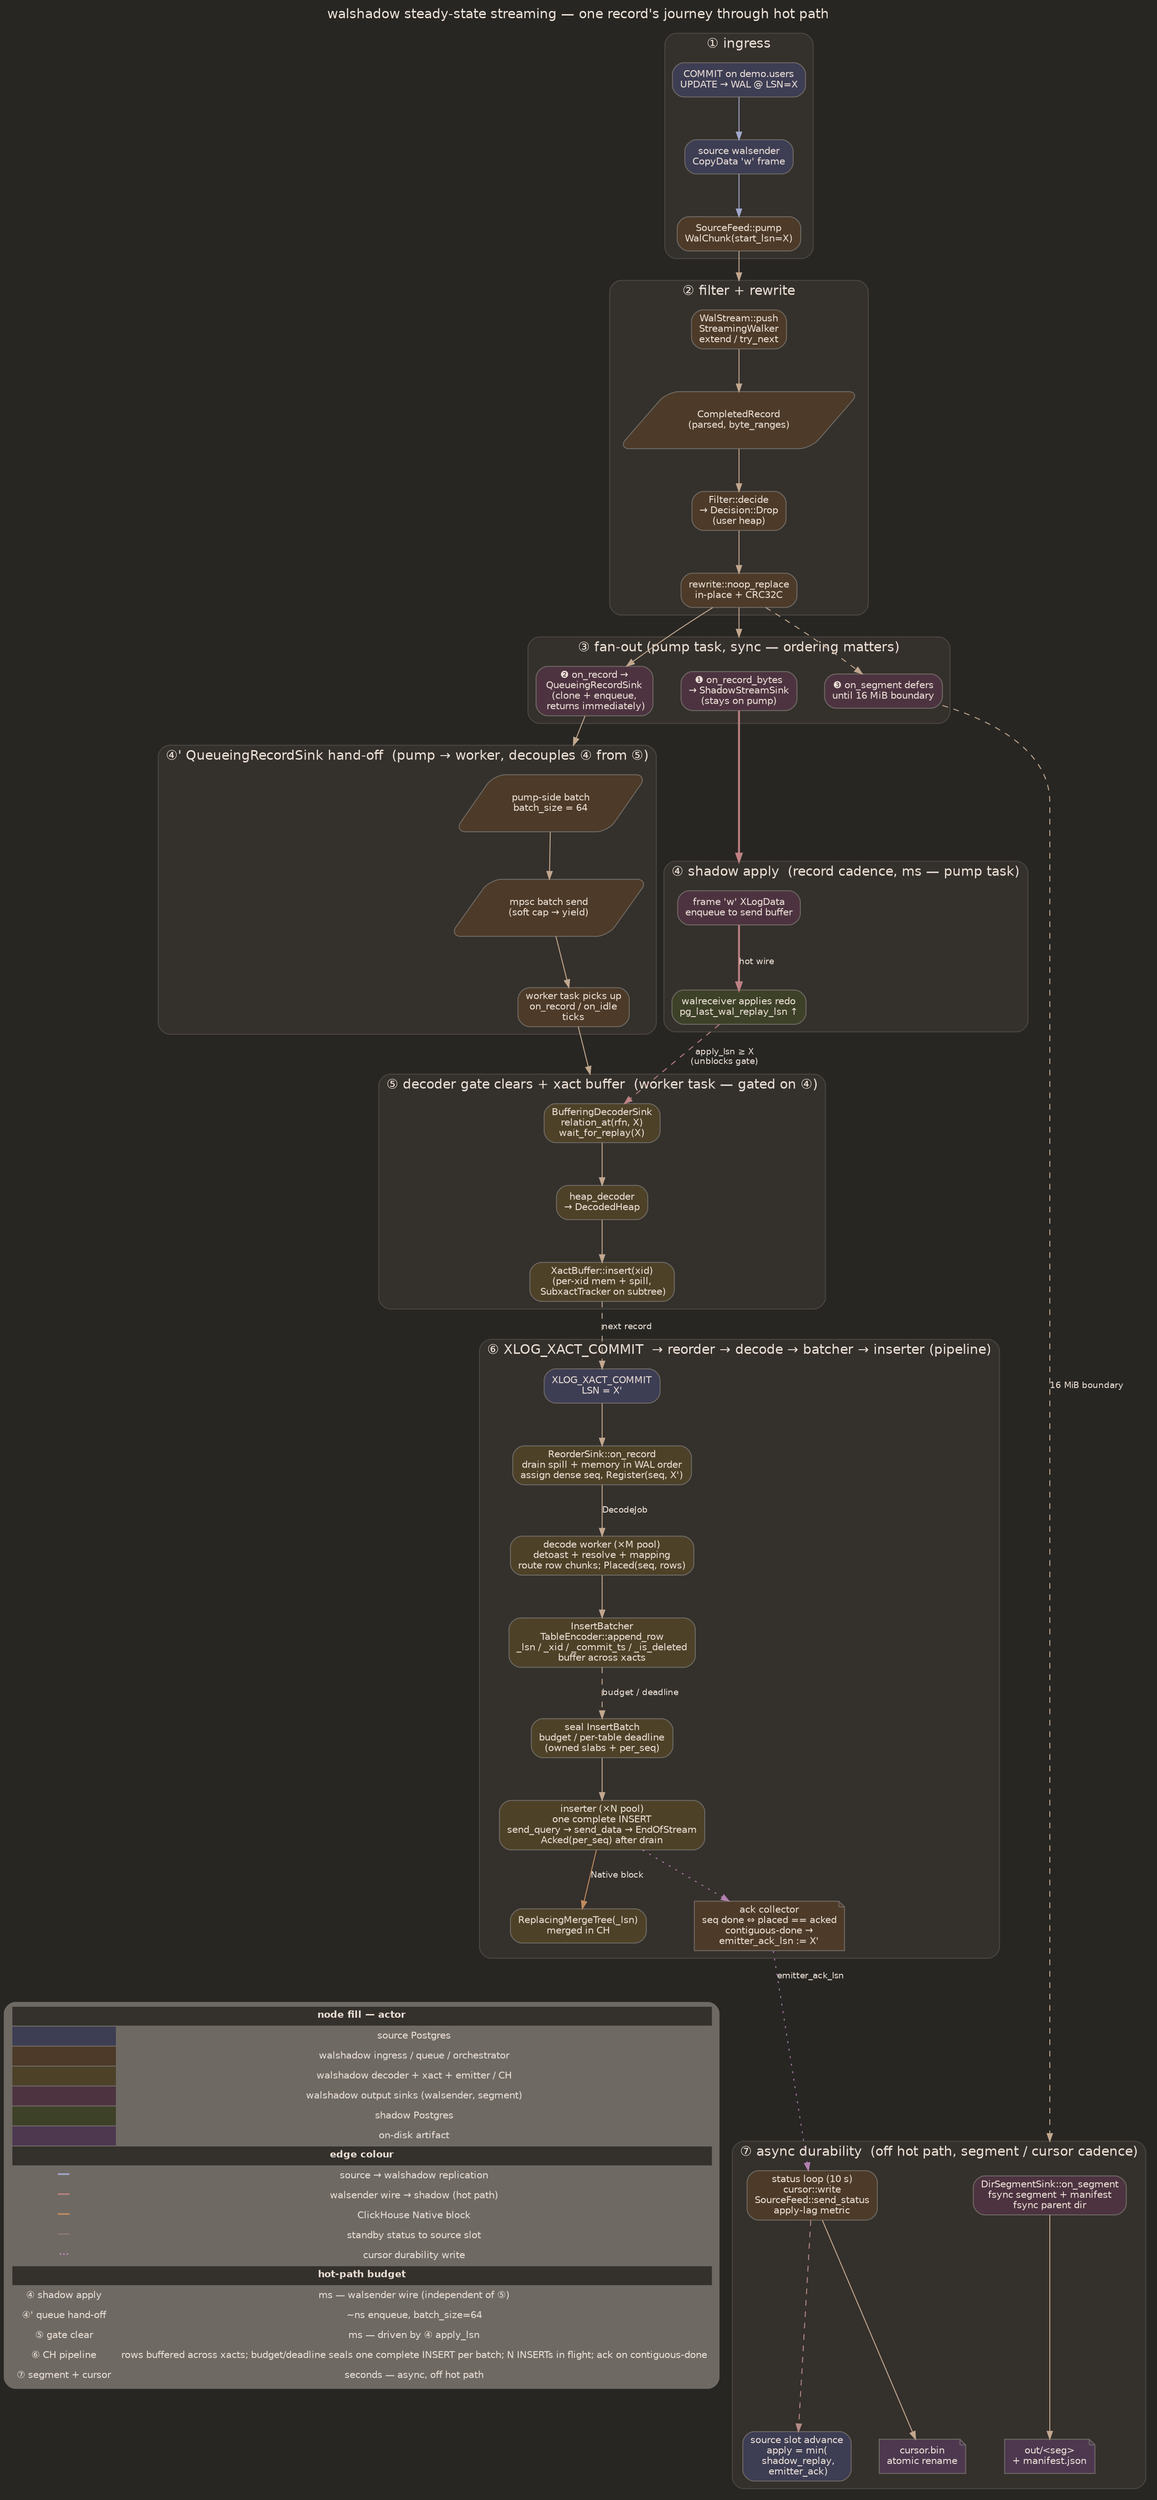
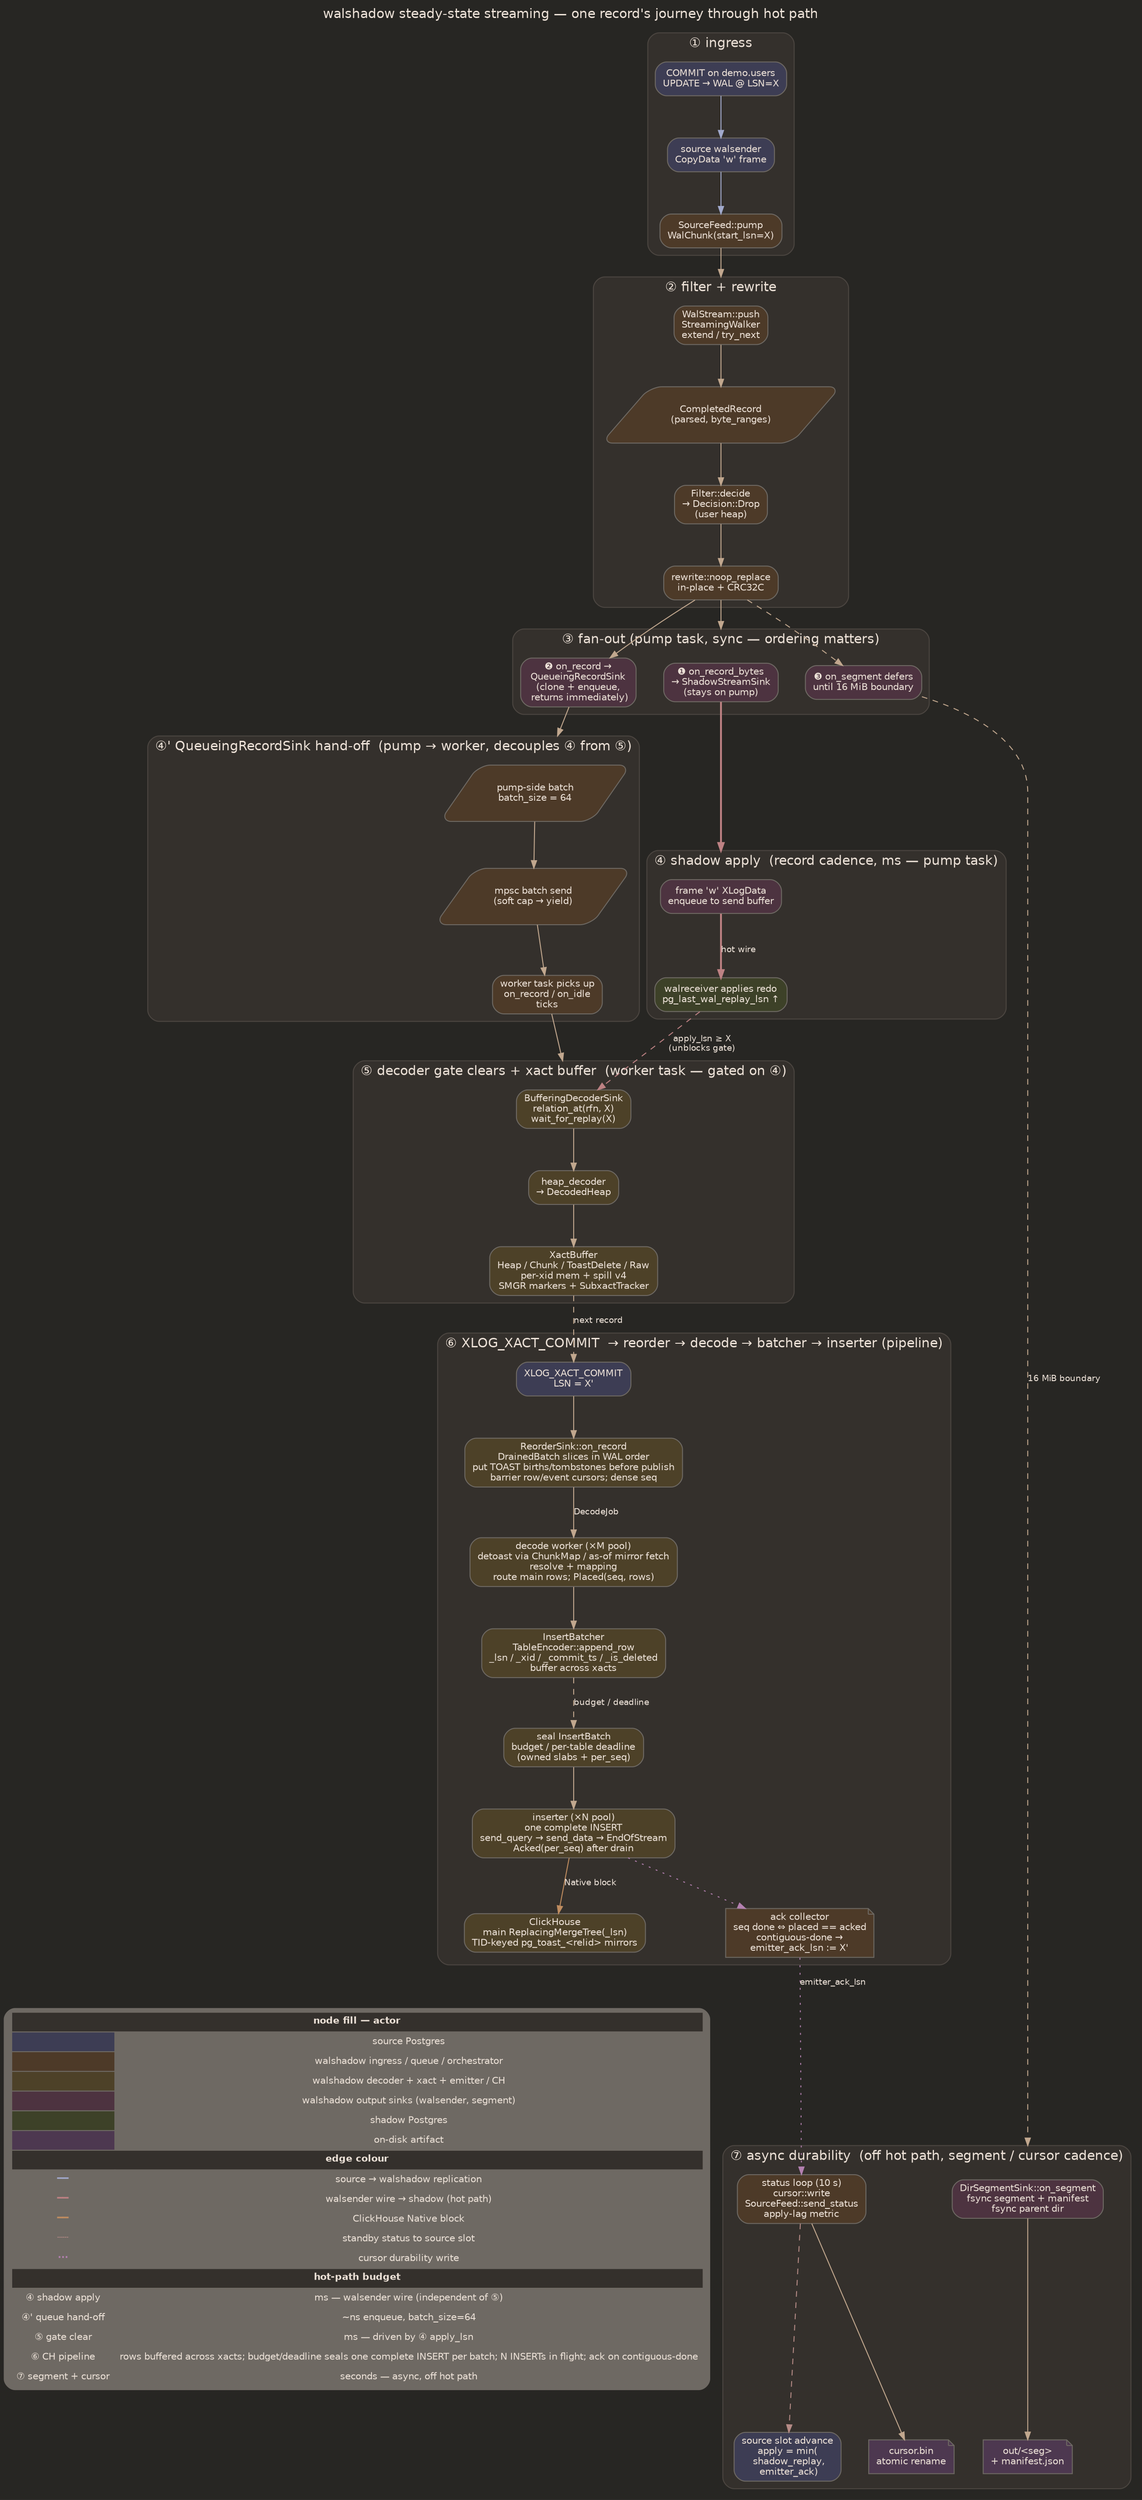
// walshadow — steady-state streaming: one record's journey
// rankdir=TB — pipeline reads top→bottom; was LR but ran 6× wider than tall
digraph timeline_streaming {
  rankdir=TB;
  compound=true;
  graph [fontname="Helvetica", labelloc="t", label="walshadow steady-state streaming — one record's journey through hot path", fontsize=14, splines=spline, nodesep=0.4, ranksep=0.6, bgcolor="#272623", fontcolor="#ECE1D7"];
  node  [fontname="Helvetica", fontsize=10, shape=box, style="rounded,filled", color="#6E6963", fontcolor="#ECE1D7"];
  edge  [fontname="Helvetica", fontsize=9, arrowsize=0.8, color="#c1a78e", fontcolor="#ECE1D7"];

  // ═════ ① ingress ═════
  subgraph cluster_p1 {
    label="① ingress";
    style="rounded,filled"; color="#4c4641"; fillcolor="#34302c"; fontcolor="#ECE1D7";

    commit [label="COMMIT on demo.users\nUPDATE → WAL @ LSN=X", fillcolor="#3D3D54"];
    wsend  [label="source walsender\nCopyData 'w' frame", fillcolor="#3D3D54"];
    feed   [label="SourceFeed::pump\nWalChunk(start_lsn=X)", fillcolor="#4D3A28"];
    commit -> wsend -> feed [color="#A1A9CC"];
  }

  // ═════ ② filter + rewrite ═════
  subgraph cluster_p2 {
    label="② filter + rewrite";
    style="rounded,filled"; color="#4c4641"; fillcolor="#34302c"; fontcolor="#ECE1D7";

    push   [label="WalStream::push\nStreamingWalker\nextend / try_next", fillcolor="#4D3A28"];
    rec    [label="CompletedRecord\n(parsed, byte_ranges)", fillcolor="#4D3A28", shape=parallelogram];
    decide [label="Filter::decide\n→ Decision::Drop\n(user heap)", fillcolor="#4D3A28"];
    rewr   [label="rewrite::noop_replace\nin-place + CRC32C", fillcolor="#4D3A28"];
    push -> rec -> decide -> rewr;
  }
  feed -> push [lhead=cluster_p2];

  // ═════ ③ fan-out (pump task — synchronous dispatch in order) ═════
  subgraph cluster_p3 {
    label="③ fan-out (pump task, sync — ordering matters)";
    style="rounded,filled"; color="#4c4641"; fillcolor="#34302c"; fontcolor="#ECE1D7";

    fbytes [label="❶ on_record_bytes\n→ ShadowStreamSink\n(stays on pump)", fillcolor="#4D3340"];
    frec   [label="❷ on_record →\nQueueingRecordSink\n(clone + enqueue,\n returns immediately)", fillcolor="#4D3340"];
    fseg   [label="❸ on_segment defers\nuntil 16 MiB boundary", fillcolor="#4D3340"];
  }
  rewr -> fbytes [lhead=cluster_p3];
  rewr -> frec;
  rewr -> fseg [style=dashed];

  // ═════ ④ shadow apply (hot wire — independent of decoder) ═════
  subgraph cluster_p4 {
    label="④ shadow apply  (record cadence, ms — pump task)";
    style="rounded,filled"; color="#4c4641"; fillcolor="#34302c"; fontcolor="#ECE1D7";

    frame4 [label="frame 'w' XLogData\nenqueue to send buffer", fillcolor="#4D3340"];
    recv4  [label="walreceiver applies redo\npg_last_wal_replay_lsn ↑", fillcolor="#3D4128"];
    frame4 -> recv4 [label="hot wire", color="#BD8183", penwidth=2];
  }
  fbytes -> frame4 [lhead=cluster_p4, color="#BD8183", penwidth=2];

  // ═════ ④' QueueingRecordSink hand-off ═════
  subgraph cluster_pQ {
    label="④' QueueingRecordSink hand-off  (pump → worker, decouples ④ from ⑤)";
    style="rounded,filled"; color="#4c4641"; fillcolor="#34302c"; fontcolor="#ECE1D7";

    qbuf [label="pump-side batch\nbatch_size = 64", fillcolor="#4D3A28", shape=parallelogram];
    qchn [label="mpsc batch send\n(soft cap → yield)", fillcolor="#4D3A28", shape=parallelogram];
    qwrk [label="worker task picks up\non_record / on_idle\nticks", fillcolor="#4D3A28"];
    qbuf -> qchn -> qwrk;
  }
  frec -> qbuf [lhead=cluster_pQ];

  // ═════ ⑤ decoder gate + xact buffer (worker task) ═════
  subgraph cluster_p5 {
    label="⑤ decoder gate clears + xact buffer  (worker task — gated on ④)";
    style="rounded,filled"; color="#4c4641"; fillcolor="#34302c"; fontcolor="#ECE1D7";

    gate5 [label="BufferingDecoderSink\nrelation_at(rfn, X)\nwait_for_replay(X)", fillcolor="#4D4128"];
    dec5  [label="heap_decoder\n→ DecodedHeap", fillcolor="#4D4128"];
-     buf5  [label="XactBuffer::insert(xid)\n(per-xid mem + spill,\n SubxactTracker on subtree)", fillcolor="#4D4128"];
+     buf5  [label="XactBuffer\nHeap / Chunk / ToastDelete / Raw\nper-xid mem + spill v4\nSMGR markers + SubxactTracker", fillcolor="#4D4128"];
    gate5 -> dec5 -> buf5;
  }
  qwrk -> gate5 [lhead=cluster_p5];
  recv4 -> gate5 [label="apply_lsn ≥ X\n(unblocks gate)", style=dashed, color="#BD8183"];

  // ═════ ⑥ commit drain → CH (parallel pipeline) ═════
  subgraph cluster_p6 {
    label="⑥ XLOG_XACT_COMMIT  → reorder → decode → batcher → inserter (pipeline)";
    style="rounded,filled"; color="#4c4641"; fillcolor="#34302c"; fontcolor="#ECE1D7";

    cmt6   [label="XLOG_XACT_COMMIT\nLSN = X'", fillcolor="#3D3D54"];
-     drain6 [label="ReorderSink::on_record\ndrain spill + memory in WAL order\nassign dense seq, Register(seq, X')", fillcolor="#4D4128"];
-     dec6   [label="decode worker (×M pool)\ndetoast + resolve + mapping\nroute row chunks; Placed(seq, rows)", fillcolor="#4D4128"];
+     drain6 [label="ReorderSink::on_record\nDrainedBatch slices in WAL order\nput TOAST births/tombstones before publish\nbarrier row/event cursors; dense seq", fillcolor="#4D4128"];
+     dec6   [label="decode worker (×M pool)\ndetoast via ChunkMap / as-of mirror fetch\nresolve + mapping\nroute main rows; Placed(seq, rows)", fillcolor="#4D4128"];
    enc6   [label="InsertBatcher\nTableEncoder::append_row\n_lsn / _xid / _commit_ts / _is_deleted\nbuffer across xacts", fillcolor="#4D4128"];
    seal6  [label="seal InsertBatch\nbudget / per-table deadline\n(owned slabs + per_seq)", fillcolor="#4D4128"];
    close6 [label="inserter (×N pool)\none complete INSERT\nsend_query → send_data → EndOfStream\nAcked(per_seq) after drain", fillcolor="#4D4128"];
    ack6   [label="ack collector\nseq done ⇔ placed == acked\ncontiguous-done →\nemitter_ack_lsn := X'", fillcolor="#4D3A28", shape=note];
-     ch6    [label="ReplacingMergeTree(_lsn)\nmerged in CH", fillcolor="#4D4128"];
+     ch6    [label="ClickHouse\nmain ReplacingMergeTree(_lsn)\nTID-keyed pg_toast_<relid> mirrors", fillcolor="#4D4128"];

    cmt6 -> drain6;
    drain6 -> dec6 [label="DecodeJob"];
    dec6 -> enc6;
    enc6 -> seal6 [style=dashed, label="budget / deadline"];
    seal6 -> close6;
    close6 -> ch6 [label="Native block", color="#BF8C5F"];
    close6 -> ack6 [style=dotted, color="#b380b0"];
  }
  buf5 -> cmt6 [label="next record", style=dashed];

  // ═════ ⑦ async durability (off hot path) ═════
  subgraph cluster_p7 {
    label="⑦ async durability  (off hot path, segment / cursor cadence)";
    style="rounded,filled"; color="#4c4641"; fillcolor="#34302c"; fontcolor="#ECE1D7";

    seg7  [label="DirSegmentSink::on_segment\nfsync segment + manifest\nfsync parent dir", fillcolor="#4D3340"];
    out7  [label="out/<seg>\n+ manifest.json", fillcolor="#4D3850", shape=note];
    cur7  [label="status loop (10 s)\ncursor::write\nSourceFeed::send_status\napply-lag metric", fillcolor="#4D3A28"];
    curd7 [label="cursor.bin\natomic rename", fillcolor="#4D3850", shape=note];
    slot7 [label="source slot advance\napply = min(\n shadow_replay,\n emitter_ack)", fillcolor="#3D3D54"];

    seg7 -> out7;
    cur7 -> curd7;
    cur7 -> slot7 [color="#B58B86", style=dashed];
  }
  fseg -> seg7 [label="16 MiB boundary", style=dashed, lhead=cluster_p7];
  ack6 -> cur7 [style=dotted, color="#b380b0", label="emitter_ack_lsn"];

  // ═════ Legend + budget table ═════
  legend [shape=plaintext, label=<
    <TABLE BORDER="0" CELLBORDER="1" CELLSPACING="0" CELLPADDING="4">
      <TR><TD COLSPAN="2" BGCOLOR="#34302c"><B>node fill — actor</B></TD></TR>
      <TR><TD BGCOLOR="#3D3D54" WIDTH="28"></TD><TD>source Postgres</TD></TR>
      <TR><TD BGCOLOR="#4D3A28"></TD><TD>walshadow ingress / queue / orchestrator</TD></TR>
      <TR><TD BGCOLOR="#4D4128"></TD><TD>walshadow decoder + xact + emitter / CH</TD></TR>
      <TR><TD BGCOLOR="#4D3340"></TD><TD>walshadow output sinks (walsender, segment)</TD></TR>
      <TR><TD BGCOLOR="#3D4128"></TD><TD>shadow Postgres</TD></TR>
      <TR><TD BGCOLOR="#4D3850"></TD><TD>on-disk artifact</TD></TR>
      <TR><TD COLSPAN="2" BGCOLOR="#34302c"><B>edge colour</B></TD></TR>
      <TR><TD><FONT COLOR="#A1A9CC"><B>━━</B></FONT></TD><TD>source → walshadow replication</TD></TR>
      <TR><TD><FONT COLOR="#BD8183"><B>━━</B></FONT></TD><TD>walsender wire → shadow (hot path)</TD></TR>
      <TR><TD><FONT COLOR="#BF8C5F"><B>━━</B></FONT></TD><TD>ClickHouse Native block</TD></TR>
      <TR><TD><FONT COLOR="#B58B86"><B>┄┄</B></FONT></TD><TD>standby status to source slot</TD></TR>
      <TR><TD><FONT COLOR="#b380b0"><B>···</B></FONT></TD><TD>cursor durability write</TD></TR>
      <TR><TD COLSPAN="2" BGCOLOR="#34302c"><B>hot-path budget</B></TD></TR>
      <TR><TD>④ shadow apply</TD><TD>ms — walsender wire (independent of ⑤)</TD></TR>
      <TR><TD>④' queue hand-off</TD><TD>~ns enqueue, batch_size=64</TD></TR>
      <TR><TD>⑤ gate clear</TD><TD>ms — driven by ④ apply_lsn</TD></TR>
      <TR><TD>⑥ CH pipeline</TD><TD>rows buffered across xacts; budget/deadline seals one complete INSERT per batch; N INSERTs in flight; ack on contiguous-done</TD></TR>
      <TR><TD>⑦ segment + cursor</TD><TD>seconds — async, off hot path</TD></TR>
    </TABLE>
  >];
  ch6 -> legend [style=invis];
}
